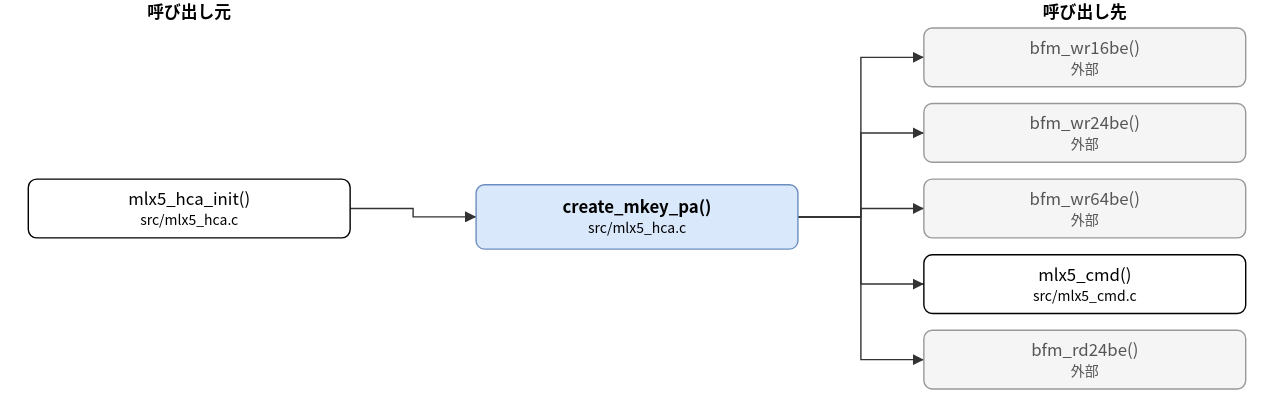
The draw.io diagram doc/spec/images/call_src_mlx5_hca-create_mkey_pa.drawio.svg in hf355051012-ai/bfmem, before a commit. Source tidied: cells renumbered, new cells last; positions are measured from the earlier drawing's top-left corner, leaving out a move shared by most shapes. The source it was exported from:
```xml
<mxGraphModel>
  <root>
    <mxCell id="0" />
    <mxCell id="1" parent="0" />
    <mxCell id="2" value="create_mkey_pa()&lt;br&gt;&lt;font style=&quot;font-size:10px&quot;&gt;src/mlx5_hca.c&lt;/font&gt;" style="rounded=1;whiteSpace=wrap;html=1;fillColor=#dae8fc;strokeColor=#6c8ebf;fontStyle=1;" parent="1" vertex="1">
      <mxGeometry x="320" y="132" width="230" height="46" as="geometry" />
    </mxCell>
    <mxCell id="3" value="mlx5_hca_init()&lt;br&gt;&lt;font style=&quot;font-size:10px&quot;&gt;src/mlx5_hca.c&lt;/font&gt;" style="rounded=1;whiteSpace=wrap;html=1;" parent="1" vertex="1">
      <mxGeometry y="128" width="230" height="42" as="geometry" />
    </mxCell>
    <mxCell id="4" value="bfm_wr16be()&lt;br&gt;&lt;font style=&quot;font-size:10px&quot;&gt;外部&lt;/font&gt;" style="rounded=1;whiteSpace=wrap;html=1;fillColor=#f5f5f5;strokeColor=#999999;fontColor=#555555;" parent="1" vertex="1">
      <mxGeometry x="640" y="20" width="230" height="42" as="geometry" />
    </mxCell>
    <mxCell id="5" value="bfm_wr24be()&lt;br&gt;&lt;font style=&quot;font-size:10px&quot;&gt;外部&lt;/font&gt;" style="rounded=1;whiteSpace=wrap;html=1;fillColor=#f5f5f5;strokeColor=#999999;fontColor=#555555;" parent="1" vertex="1">
      <mxGeometry x="640" y="74" width="230" height="42" as="geometry" />
    </mxCell>
    <mxCell id="6" value="bfm_wr64be()&lt;br&gt;&lt;font style=&quot;font-size:10px&quot;&gt;外部&lt;/font&gt;" style="rounded=1;whiteSpace=wrap;html=1;fillColor=#f5f5f5;strokeColor=#999999;fontColor=#555555;" parent="1" vertex="1">
      <mxGeometry x="640" y="128" width="230" height="42" as="geometry" />
    </mxCell>
    <mxCell id="7" value="mlx5_cmd()&lt;br&gt;&lt;font style=&quot;font-size:10px&quot;&gt;src/mlx5_cmd.c&lt;/font&gt;" style="rounded=1;whiteSpace=wrap;html=1;" parent="1" vertex="1">
      <mxGeometry x="640" y="182" width="230" height="42" as="geometry" />
    </mxCell>
    <mxCell id="8" value="bfm_rd24be()&lt;br&gt;&lt;font style=&quot;font-size:10px&quot;&gt;外部&lt;/font&gt;" style="rounded=1;whiteSpace=wrap;html=1;fillColor=#f5f5f5;strokeColor=#999999;fontColor=#555555;" parent="1" vertex="1">
      <mxGeometry x="640" y="236" width="230" height="42" as="geometry" />
    </mxCell>
    <mxCell id="9" style="edgeStyle=none;html=1;rounded=0;endArrow=block;endFill=1;exitX=1.0000;exitY=0.5000;exitDx=0;exitDy=0;exitPerimeter=0;entryX=0.0000;entryY=0.5000;entryDx=0;entryDy=0;entryPerimeter=0;" parent="1" edge="1" source="3" target="2">
      <mxGeometry relative="1" as="geometry">
        <Array as="points">
          <mxPoint x="275" y="149" />
          <mxPoint x="275" y="155" />
        </Array>
      </mxGeometry>
    </mxCell>
    <mxCell id="10" style="edgeStyle=none;html=1;rounded=0;endArrow=block;endFill=1;exitX=1.0000;exitY=0.5000;exitDx=0;exitDy=0;exitPerimeter=0;entryX=0.0000;entryY=0.5000;entryDx=0;entryDy=0;entryPerimeter=0;" parent="1" edge="1" source="2" target="4">
      <mxGeometry relative="1" as="geometry">
        <Array as="points">
          <mxPoint x="595" y="155" />
          <mxPoint x="595" y="41" />
        </Array>
      </mxGeometry>
    </mxCell>
    <mxCell id="11" style="edgeStyle=none;html=1;rounded=0;endArrow=block;endFill=1;exitX=1.0000;exitY=0.5000;exitDx=0;exitDy=0;exitPerimeter=0;entryX=0.0000;entryY=0.5000;entryDx=0;entryDy=0;entryPerimeter=0;" parent="1" edge="1" source="2" target="5">
      <mxGeometry relative="1" as="geometry">
        <Array as="points">
          <mxPoint x="595" y="155" />
          <mxPoint x="595" y="95" />
        </Array>
      </mxGeometry>
    </mxCell>
    <mxCell id="12" style="edgeStyle=none;html=1;rounded=0;endArrow=block;endFill=1;exitX=1.0000;exitY=0.5000;exitDx=0;exitDy=0;exitPerimeter=0;entryX=0.0000;entryY=0.5000;entryDx=0;entryDy=0;entryPerimeter=0;" parent="1" edge="1" source="2" target="6">
      <mxGeometry relative="1" as="geometry">
        <Array as="points">
          <mxPoint x="595" y="155" />
          <mxPoint x="595" y="149" />
        </Array>
      </mxGeometry>
    </mxCell>
    <mxCell id="13" style="edgeStyle=none;html=1;rounded=0;endArrow=block;endFill=1;exitX=1.0000;exitY=0.5000;exitDx=0;exitDy=0;exitPerimeter=0;entryX=0.0000;entryY=0.5000;entryDx=0;entryDy=0;entryPerimeter=0;" parent="1" edge="1" source="2" target="7">
      <mxGeometry relative="1" as="geometry">
        <Array as="points">
          <mxPoint x="595" y="155" />
          <mxPoint x="595" y="203" />
        </Array>
      </mxGeometry>
    </mxCell>
    <mxCell id="14" style="edgeStyle=none;html=1;rounded=0;endArrow=block;endFill=1;exitX=1.0000;exitY=0.5000;exitDx=0;exitDy=0;exitPerimeter=0;entryX=0.0000;entryY=0.5000;entryDx=0;entryDy=0;entryPerimeter=0;" parent="1" edge="1" source="2" target="8">
      <mxGeometry relative="1" as="geometry">
        <Array as="points">
          <mxPoint x="595" y="155" />
          <mxPoint x="595" y="257" />
        </Array>
      </mxGeometry>
    </mxCell>
    <mxCell id="15" value="呼び出し元" style="text;html=1;align=center;fontStyle=1;" parent="1" vertex="1">
      <mxGeometry x="35" width="160" height="18" as="geometry" />
    </mxCell>
    <mxCell id="16" value="呼び出し先" style="text;html=1;align=center;fontStyle=1;" parent="1" vertex="1">
      <mxGeometry x="675" width="160" height="18" as="geometry" />
    </mxCell>
  </root>
</mxGraphModel>
```
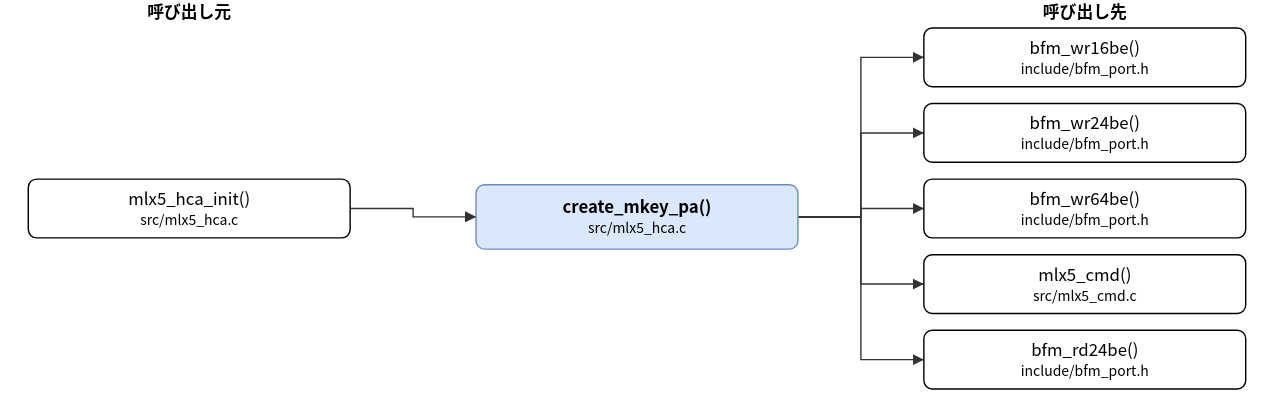
Above is the later version.

Change to the diagram source:
```diff
@@ -8,19 +8,19 @@
     <mxCell id="3" value="mlx5_hca_init()&lt;br&gt;&lt;font style=&quot;font-size:10px&quot;&gt;src/mlx5_hca.c&lt;/font&gt;" style="rounded=1;whiteSpace=wrap;html=1;" parent="1" vertex="1">
       <mxGeometry y="128" width="230" height="42" as="geometry" />
     </mxCell>
-    <mxCell id="4" value="bfm_wr16be()&lt;br&gt;&lt;font style=&quot;font-size:10px&quot;&gt;外部&lt;/font&gt;" style="rounded=1;whiteSpace=wrap;html=1;fillColor=#f5f5f5;strokeColor=#999999;fontColor=#555555;" parent="1" vertex="1">
+    <mxCell id="4" value="bfm_wr16be()&lt;br&gt;&lt;font style=&quot;font-size:10px&quot;&gt;include/bfm_port.h&lt;/font&gt;" style="rounded=1;whiteSpace=wrap;html=1;" parent="1" vertex="1">
       <mxGeometry x="640" y="20" width="230" height="42" as="geometry" />
     </mxCell>
-    <mxCell id="5" value="bfm_wr24be()&lt;br&gt;&lt;font style=&quot;font-size:10px&quot;&gt;外部&lt;/font&gt;" style="rounded=1;whiteSpace=wrap;html=1;fillColor=#f5f5f5;strokeColor=#999999;fontColor=#555555;" parent="1" vertex="1">
+    <mxCell id="5" value="bfm_wr24be()&lt;br&gt;&lt;font style=&quot;font-size:10px&quot;&gt;include/bfm_port.h&lt;/font&gt;" style="rounded=1;whiteSpace=wrap;html=1;" parent="1" vertex="1">
       <mxGeometry x="640" y="74" width="230" height="42" as="geometry" />
     </mxCell>
-    <mxCell id="6" value="bfm_wr64be()&lt;br&gt;&lt;font style=&quot;font-size:10px&quot;&gt;外部&lt;/font&gt;" style="rounded=1;whiteSpace=wrap;html=1;fillColor=#f5f5f5;strokeColor=#999999;fontColor=#555555;" parent="1" vertex="1">
+    <mxCell id="6" value="bfm_wr64be()&lt;br&gt;&lt;font style=&quot;font-size:10px&quot;&gt;include/bfm_port.h&lt;/font&gt;" style="rounded=1;whiteSpace=wrap;html=1;" parent="1" vertex="1">
       <mxGeometry x="640" y="128" width="230" height="42" as="geometry" />
     </mxCell>
     <mxCell id="7" value="mlx5_cmd()&lt;br&gt;&lt;font style=&quot;font-size:10px&quot;&gt;src/mlx5_cmd.c&lt;/font&gt;" style="rounded=1;whiteSpace=wrap;html=1;" parent="1" vertex="1">
       <mxGeometry x="640" y="182" width="230" height="42" as="geometry" />
     </mxCell>
-    <mxCell id="8" value="bfm_rd24be()&lt;br&gt;&lt;font style=&quot;font-size:10px&quot;&gt;外部&lt;/font&gt;" style="rounded=1;whiteSpace=wrap;html=1;fillColor=#f5f5f5;strokeColor=#999999;fontColor=#555555;" parent="1" vertex="1">
+    <mxCell id="8" value="bfm_rd24be()&lt;br&gt;&lt;font style=&quot;font-size:10px&quot;&gt;include/bfm_port.h&lt;/font&gt;" style="rounded=1;whiteSpace=wrap;html=1;" parent="1" vertex="1">
       <mxGeometry x="640" y="236" width="230" height="42" as="geometry" />
     </mxCell>
     <mxCell id="9" style="edgeStyle=none;html=1;rounded=0;endArrow=block;endFill=1;exitX=1.0000;exitY=0.5000;exitDx=0;exitDy=0;exitPerimeter=0;entryX=0.0000;entryY=0.5000;entryDx=0;entryDy=0;entryPerimeter=0;" parent="1" edge="1" source="3" target="2">
```
